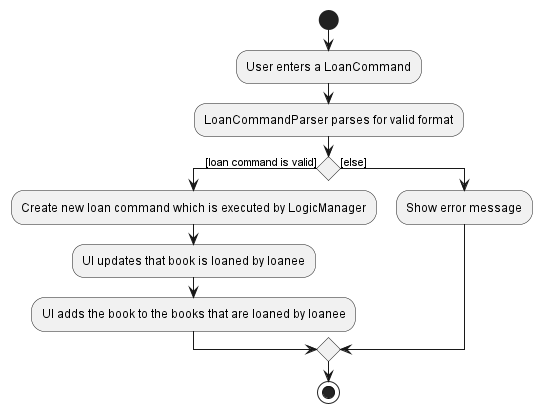
This is docs/images/LoanActivityDiagram.png from nus-cs2103-AY2223S1/tp, a PlantUML export, as it was before one commit. Source of this version:
```plantuml
@startuml
start
:User enters a LoanCommand;
:LoanCommandParser parses for valid format;

if () then ([loan command is valid])
    :Create new loan command which is executed by LogicManager;
    :UI updates that book is loaned by loanee;
    :UI adds the book to the books that are loaned by loanee;
else ([else])
    :Show error message;
endif
stop
@enduml
```
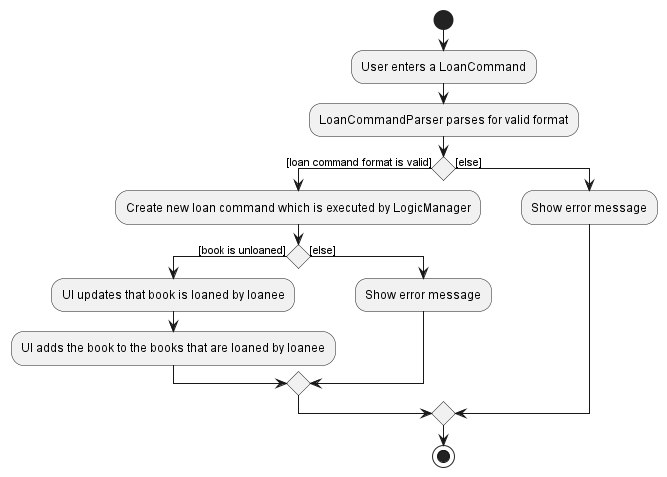
The same file after the commit.

Commit message:
Edit activity diagrams. Edit explanation of loan implementation.

Change to the diagram source:
```diff
@@ -3,12 +3,19 @@
 :User enters a LoanCommand;
 :LoanCommandParser parses for valid format;
 
-if () then ([loan command is valid])
+if () then ([loan command format is valid])
     :Create new loan command which is executed by LogicManager;
-    :UI updates that book is loaned by loanee;
-    :UI adds the book to the books that are loaned by loanee;
+        if () then ([book is unloaned])
+            :UI updates that book is loaned by loanee;
+            :UI adds the book to the books that are loaned by loanee;
+        else ([else])
+            :Show error message;
+        endif
 else ([else])
     :Show error message;
+
+
+
 endif
 stop
 @enduml
```
